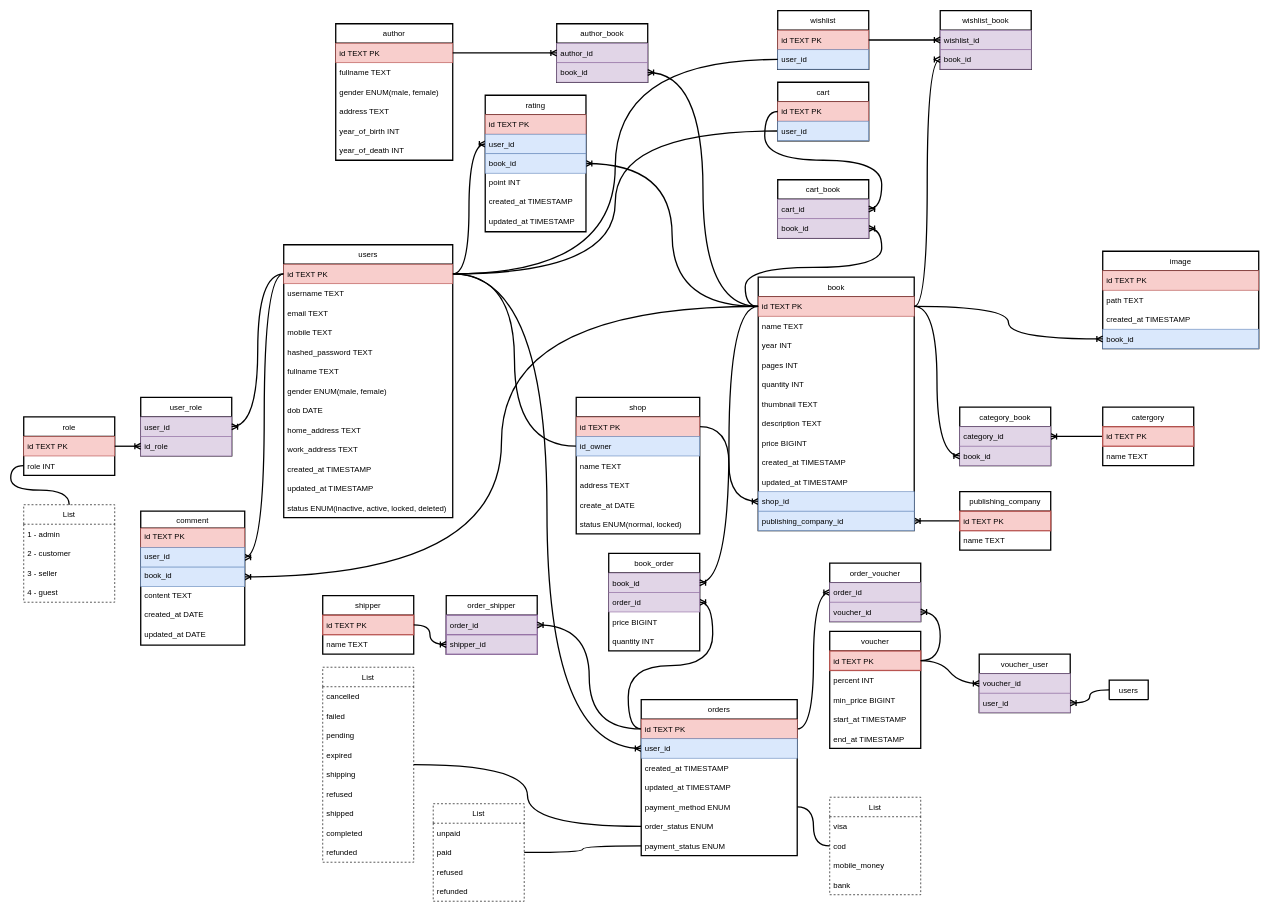
theduonghn/Techmaster-Java-Project keeps this draw.io diagram as database-design/database-design.drawio. Above is the earlier version. Source tidied: cells renumbered, new cells numbered last; positions are measured from the earlier drawing's top-left corner, leaving out a move shared by most shapes. Both pictures are drawn from the tidied source at 65%, with x=0, y=0 at pixel (23, 10).
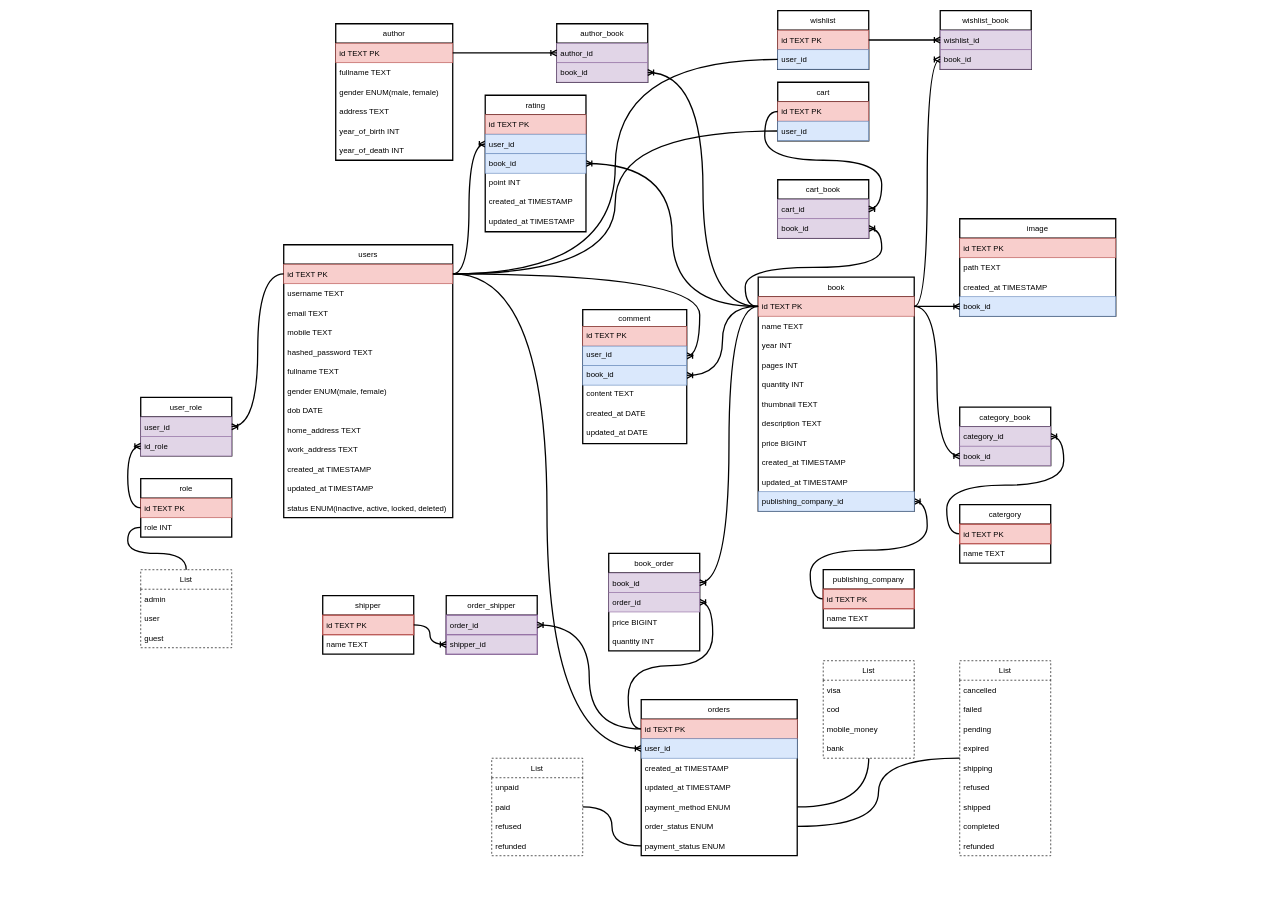
The same diagram, later.

Commit message (it also covers changes not shown here):
Remove tables shop, voucher

Unchanged cells that the change refers to:
```xml
<mxCell id="49" value="id TEXT PK" style="text;strokeColor=#b85450;fillColor=#f8cecc;align=left;verticalAlign=middle;spacingLeft=4;spacingRight=4;overflow=hidden;points=[[0,0.5],[1,0.5]];portConstraint=eastwest;labelBackgroundColor=none;rounded=0;" parent="48" vertex="1">
  <mxGeometry y="30" width="260" height="30" as="geometry" />
</mxCell>
<mxCell id="96" value="id TEXT PK" style="text;strokeColor=#b85450;fillColor=#f8cecc;align=left;verticalAlign=middle;spacingLeft=4;spacingRight=4;overflow=hidden;points=[[0,0.5],[1,0.5]];portConstraint=eastwest;rounded=0;" parent="95" vertex="1">
  <mxGeometry y="30" width="240" height="30" as="geometry" />
</mxCell>
```

The edit, as a diff of the source:
```diff
@@
-    <mxCell id="3" style="edgeStyle=orthogonalEdgeStyle;jumpStyle=gap;jettySize=auto;html=1;startArrow=none;startFill=0;endArrow=ERoneToMany;endFill=0;strokeWidth=2;entryX=0;entryY=0.5;entryDx=0;entryDy=0;rounded=0;curved=1;" parent="1" edge="1" source="96" target="91">
-      <mxGeometry relative="1" as="geometry" />
-    </mxCell>
@@
-    <mxCell id="11" style="edgeStyle=orthogonalEdgeStyle;jumpStyle=gap;jettySize=auto;html=1;startArrow=none;startFill=0;endArrow=none;endFill=0;strokeWidth=2;rounded=0;curved=1;" parent="1" edge="1" source="40" target="49">
-      <mxGeometry relative="1" as="geometry" />
-    </mxCell>
-    <mxCell id="12" style="edgeStyle=orthogonalEdgeStyle;jumpStyle=gap;jettySize=auto;html=1;startArrow=none;startFill=0;endArrow=ERoneToMany;endFill=0;strokeWidth=2;exitX=1;exitY=0.5;exitDx=0;exitDy=0;rounded=0;curved=1;" parent="1" edge="1" source="39" target="114">
-      <mxGeometry relative="1" as="geometry" />
-    </mxCell>
@@
     <mxCell id="16" value="List" style="swimlane;fontStyle=0;horizontal=1;startSize=30;dashed=1;strokeWidth=1;fillColor=none;rounded=0;" parent="1" vertex="1">
-      <mxGeometry y="760" width="140" height="150" as="geometry" />
+      <mxGeometry x="180" y="860" width="140" height="120" as="geometry" />
     </mxCell>
-    <mxCell id="17" value="1 - admin" style="text;strokeColor=none;fillColor=none;align=left;verticalAlign=middle;spacingLeft=4;spacingRight=4;overflow=hidden;dashed=1;rounded=0;" parent="16" vertex="1">
+    <mxCell id="17" value="admin" style="text;strokeColor=none;fillColor=none;align=left;verticalAlign=middle;spacingLeft=4;spacingRight=4;overflow=hidden;dashed=1;rounded=0;" parent="16" vertex="1">
       <mxGeometry y="30" width="140" height="30" as="geometry" />
     </mxCell>
-    <mxCell id="18" value="2 - customer" style="text;strokeColor=none;fillColor=none;align=left;verticalAlign=middle;spacingLeft=4;spacingRight=4;overflow=hidden;dashed=1;rounded=0;" parent="16" vertex="1">
+    <mxCell id="18" value="user" style="text;strokeColor=none;fillColor=none;align=left;verticalAlign=middle;spacingLeft=4;spacingRight=4;overflow=hidden;dashed=1;rounded=0;" parent="16" vertex="1">
       <mxGeometry y="60" width="140" height="30" as="geometry" />
     </mxCell>
-    <mxCell id="19" value="3 - seller" style="text;strokeColor=none;fillColor=none;align=left;verticalAlign=middle;spacingLeft=4;spacingRight=4;overflow=hidden;dashed=1;rounded=0;" parent="16" vertex="1">
-      <mxGeometry y="90" width="140" height="30" as="geometry" />
-    </mxCell>
-    <mxCell id="20" value="4 - guest" style="text;strokeColor=none;fillColor=none;align=left;verticalAlign=middle;spacingLeft=4;spacingRight=4;overflow=hidden;dashed=1;rounded=0;" parent="16" vertex="1">
-      <mxGeometry y="120" width="140" height="30" as="geometry" />
+    <mxCell id="20" value="guest" style="text;strokeColor=none;fillColor=none;align=left;verticalAlign=middle;spacingLeft=4;spacingRight=4;overflow=hidden;dashed=1;rounded=0;" parent="16" vertex="1">
+      <mxGeometry y="90" width="140" height="30" as="geometry" />
     </mxCell>
     <mxCell id="21" value="role" style="swimlane;fontStyle=0;horizontal=1;startSize=30;strokeWidth=2;rounded=0;" parent="1" vertex="1">
-      <mxGeometry y="625" width="140" height="90" as="geometry" />
+      <mxGeometry x="180" y="720" width="140" height="90" as="geometry" />
     </mxCell>
@@
     <mxCell id="24" value="comment" style="swimlane;fontStyle=0;horizontal=1;startSize=26;align=center;fontSize=12;strokeWidth=2;rounded=0;" parent="1" vertex="1">
-      <mxGeometry x="180" y="770" width="160" height="206" as="geometry" />
+      <mxGeometry x="860" y="460" width="160" height="206" as="geometry" />
     </mxCell>
@@
-    <mxCell id="38" value="shop" style="swimlane;fontStyle=0;horizontal=1;startSize=30;labelBackgroundColor=none;strokeColor=default;strokeWidth=2;fillColor=none;rounded=0;" parent="1" vertex="1">
-      <mxGeometry x="850" y="595" width="190" height="210" as="geometry" />
-    </mxCell>
-    <mxCell id="39" value="id TEXT PK" style="text;strokeColor=#b85450;fillColor=#f8cecc;align=left;verticalAlign=middle;spacingLeft=4;spacingRight=4;overflow=hidden;points=[[0,0.5],[1,0.5]];portConstraint=eastwest;labelBackgroundColor=none;rounded=0;" parent="38" vertex="1">
-      <mxGeometry y="30" width="190" height="30" as="geometry" />
-    </mxCell>
-    <mxCell id="40" value="id_owner" style="text;strokeColor=#6c8ebf;fillColor=#dae8fc;align=left;verticalAlign=middle;spacingLeft=4;spacingRight=4;overflow=hidden;points=[[0,0.5],[1,0.5]];portConstraint=eastwest;labelBackgroundColor=none;rounded=0;" parent="38" vertex="1">
-      <mxGeometry y="60" width="190" height="30" as="geometry" />
-    </mxCell>
-    <mxCell id="41" value="name TEXT" style="text;strokeColor=none;fillColor=none;align=left;verticalAlign=middle;spacingLeft=4;spacingRight=4;overflow=hidden;labelBackgroundColor=none;rounded=0;" parent="38" vertex="1">
-      <mxGeometry y="90" width="190" height="30" as="geometry" />
-    </mxCell>
-    <mxCell id="42" value="address TEXT" style="text;strokeColor=none;fillColor=none;align=left;verticalAlign=middle;spacingLeft=4;spacingRight=4;overflow=hidden;labelBackgroundColor=none;rounded=0;" parent="38" vertex="1">
-      <mxGeometry y="120" width="190" height="30" as="geometry" />
-    </mxCell>
-    <mxCell id="43" value="create_at DATE" style="text;strokeColor=none;fillColor=none;align=left;verticalAlign=middle;spacingLeft=4;spacingRight=4;overflow=hidden;labelBackgroundColor=none;rounded=0;" parent="38" vertex="1">
-      <mxGeometry y="150" width="190" height="30" as="geometry" />
-    </mxCell>
-    <mxCell id="44" value="status ENUM(normal, locked)" style="text;strokeColor=none;fillColor=none;align=left;verticalAlign=middle;spacingLeft=4;spacingRight=4;overflow=hidden;labelBackgroundColor=none;rounded=0;" parent="38" vertex="1">
-      <mxGeometry y="180" width="190" height="30" as="geometry" />
-    </mxCell>
@@
     <mxCell id="70" value="publishing_company" style="swimlane;fontStyle=0;horizontal=1;startSize=30;strokeColor=default;strokeWidth=2;rounded=0;" parent="1" vertex="1">
-      <mxGeometry x="1440" y="740" width="140" height="90" as="geometry" />
+      <mxGeometry x="1230" y="860" width="140" height="90" as="geometry" />
     </mxCell>
@@
     <mxCell id="73" value="catergory" style="swimlane;fontStyle=0;horizontal=1;startSize=30;strokeColor=default;strokeWidth=2;rounded=0;" parent="1" vertex="1">
-      <mxGeometry x="1660" y="610" width="140" height="90" as="geometry" />
+      <mxGeometry x="1440" y="760" width="140" height="90" as="geometry" />
     </mxCell>
@@
-    <mxCell id="84" value="voucher" style="swimlane;fontStyle=0;horizontal=1;startSize=30;strokeColor=default;strokeWidth=2;rounded=0;" parent="1" vertex="1">
-      <mxGeometry x="1240" y="955" width="140" height="180" as="geometry" />
-    </mxCell>
-    <mxCell id="85" value="id TEXT PK" style="text;strokeColor=#b85450;fillColor=#f8cecc;align=left;verticalAlign=middle;spacingLeft=4;spacingRight=4;overflow=hidden;points=[[0,0.5],[1,0.5]];portConstraint=eastwest;strokeWidth=2;rounded=0;" parent="84" vertex="1">
-      <mxGeometry y="30" width="140" height="30" as="geometry" />
-    </mxCell>
-    <mxCell id="86" value="percent INT" style="text;strokeColor=none;fillColor=none;align=left;verticalAlign=middle;spacingLeft=4;spacingRight=4;overflow=hidden;strokeWidth=2;rounded=0;" parent="84" vertex="1">
-      <mxGeometry y="60" width="140" height="30" as="geometry" />
-    </mxCell>
-    <mxCell id="87" value="min_price BIGINT" style="text;strokeColor=none;fillColor=none;align=left;verticalAlign=middle;spacingLeft=4;spacingRight=4;overflow=hidden;strokeWidth=2;rounded=0;" parent="84" vertex="1">
-      <mxGeometry y="90" width="140" height="30" as="geometry" />
-    </mxCell>
-    <mxCell id="88" value="start_at TIMESTAMP" style="text;strokeColor=none;fillColor=none;align=left;verticalAlign=middle;spacingLeft=4;spacingRight=4;overflow=hidden;strokeWidth=2;rounded=0;" parent="84" vertex="1">
-      <mxGeometry y="120" width="140" height="30" as="geometry" />
-    </mxCell>
-    <mxCell id="89" value="end_at TIMESTAMP" style="text;strokeColor=none;fillColor=none;align=left;verticalAlign=middle;spacingLeft=4;spacingRight=4;overflow=hidden;strokeWidth=2;rounded=0;" parent="84" vertex="1">
-      <mxGeometry y="150" width="140" height="30" as="geometry" />
-    </mxCell>
-    <mxCell id="90" value="order_voucher" style="swimlane;fontStyle=0;horizontal=1;startSize=30;strokeWidth=2;glass=0;shadow=0;rounded=0;" parent="1" vertex="1">
-      <mxGeometry x="1240" y="850" width="140" height="90" as="geometry" />
-    </mxCell>
-    <mxCell id="91" value="order_id" style="text;strokeColor=#9673a6;fillColor=#e1d5e7;align=left;verticalAlign=middle;spacingLeft=4;spacingRight=4;overflow=hidden;points=[[0,0.5],[1,0.5]];portConstraint=eastwest;rounded=0;" parent="90" vertex="1">
-      <mxGeometry y="30" width="140" height="30" as="geometry" />
-    </mxCell>
-    <mxCell id="92" value="voucher_id" style="text;strokeColor=#9673a6;fillColor=#e1d5e7;align=left;verticalAlign=middle;spacingLeft=4;spacingRight=4;overflow=hidden;points=[[0,0.5],[1,0.5]];portConstraint=eastwest;rounded=0;" parent="90" vertex="1">
-      <mxGeometry y="60" width="140" height="30" as="geometry" />
-    </mxCell>
-    <mxCell id="93" style="jumpStyle=gap;jettySize=auto;html=1;startArrow=none;startFill=0;endArrow=ERoneToMany;endFill=0;strokeWidth=2;entryX=1;entryY=0.5;entryDx=0;entryDy=0;edgeStyle=entityRelationEdgeStyle;elbow=vertical;rounded=0;curved=1;" parent="1" edge="1" source="85" target="92">
-      <mxGeometry relative="1" as="geometry" />
-    </mxCell>
@@
     <mxCell id="103" value="book" style="swimlane;fontStyle=0;horizontal=1;startSize=30;strokeWidth=2;rounded=0;" parent="1" vertex="1">
-      <mxGeometry x="1130" y="410" width="240" height="390" as="geometry" />
+      <mxGeometry x="1130" y="410" width="240" height="360" as="geometry" />
     </mxCell>
@@
-    <mxCell id="114" value="shop_id" style="text;strokeColor=#6c8ebf;fillColor=#dae8fc;align=left;verticalAlign=middle;spacingLeft=4;spacingRight=4;overflow=hidden;points=[[0,0.5],[1,0.5]];portConstraint=eastwest;rounded=0;" parent="103" vertex="1">
-      <mxGeometry y="330" width="240" height="30" as="geometry" />
-    </mxCell>
     <mxCell id="115" value="publishing_company_id" style="text;strokeColor=#6c8ebf;fillColor=#dae8fc;align=left;verticalAlign=middle;spacingLeft=4;spacingRight=4;overflow=hidden;points=[[0,0.5],[1,0.5]];portConstraint=eastwest;rounded=0;" parent="103" vertex="1">
-      <mxGeometry y="360" width="240" height="30" as="geometry" />
+      <mxGeometry y="330" width="240" height="30" as="geometry" />
     </mxCell>
@@
     <mxCell id="122" value="image" style="swimlane;fontStyle=0;horizontal=1;startSize=30;strokeWidth=2;rounded=0;" parent="1" vertex="1">
-      <mxGeometry x="1660" y="370" width="240" height="150" as="geometry" />
+      <mxGeometry x="1440" y="320" width="240" height="150" as="geometry" />
     </mxCell>
@@
     <mxCell id="149" value="List" style="swimlane;fontStyle=0;horizontal=1;startSize=30;dashed=1;strokeWidth=1;fillColor=none;rounded=0;" parent="1" vertex="1">
-      <mxGeometry x="460" y="1010" width="140" height="300" as="geometry" />
+      <mxGeometry x="1440" y="1000" width="140" height="300" as="geometry" />
     </mxCell>
@@
     <mxCell id="159" value="List" style="swimlane;fontStyle=0;horizontal=1;startSize=30;dashed=1;strokeWidth=1;fillColor=none;rounded=0;" parent="1" vertex="1">
-      <mxGeometry x="630" y="1220" width="140" height="150" as="geometry" />
+      <mxGeometry x="720" y="1150" width="140" height="150" as="geometry" />
     </mxCell>
@@
-    <mxCell id="166" value="voucher_user" style="swimlane;fontStyle=0;horizontal=1;startSize=30;strokeColor=default;strokeWidth=2;rounded=0;" parent="1" vertex="1">
-      <mxGeometry x="1470" y="990" width="140" height="90" as="geometry" />
-    </mxCell>
-    <mxCell id="167" value="voucher_id" style="text;strokeColor=#9673a6;fillColor=#e1d5e7;align=left;verticalAlign=middle;spacingLeft=4;spacingRight=4;overflow=hidden;points=[[0,0.5],[1,0.5]];portConstraint=eastwest;rounded=0;" parent="166" vertex="1">
-      <mxGeometry y="30" width="140" height="30" as="geometry" />
-    </mxCell>
-    <mxCell id="168" value="user_id" style="text;strokeColor=#9673a6;fillColor=#e1d5e7;align=left;verticalAlign=middle;spacingLeft=4;spacingRight=4;overflow=hidden;points=[[0,0.5],[1,0.5]];portConstraint=eastwest;rounded=0;" parent="166" vertex="1">
-      <mxGeometry y="60" width="140" height="30" as="geometry" />
-    </mxCell>
-    <mxCell id="169" style="jumpStyle=gap;jettySize=auto;html=1;startArrow=none;startFill=0;endArrow=ERoneToMany;endFill=0;strokeWidth=2;edgeStyle=entityRelationEdgeStyle;elbow=vertical;rounded=0;curved=1;" parent="1" edge="1" source="85" target="167">
-      <mxGeometry relative="1" as="geometry" />
-    </mxCell>
-    <mxCell id="170" value="users" style="swimlane;fontStyle=0;horizontal=1;startSize=30;labelBackgroundColor=none;strokeWidth=2;swimlaneFillColor=none;rounded=0;" parent="1" vertex="1" collapsed="1">
-      <mxGeometry x="1670" y="1030" width="60" height="30" as="geometry" />
-    </mxCell>
-    <mxCell id="171" style="jumpStyle=gap;jettySize=auto;html=1;startArrow=none;startFill=0;endArrow=ERoneToMany;endFill=0;strokeWidth=2;edgeStyle=entityRelationEdgeStyle;elbow=vertical;rounded=0;curved=1;" parent="1" edge="1" source="170" target="168">
-      <mxGeometry relative="1" as="geometry" />
-    </mxCell>
     <mxCell id="172" value="List" style="swimlane;fontStyle=0;horizontal=1;startSize=30;dashed=1;strokeWidth=1;fillColor=none;rounded=0;" parent="1" vertex="1">
-      <mxGeometry x="1240" y="1210" width="140" height="150" as="geometry" />
+      <mxGeometry x="1230" y="1000" width="140" height="150" as="geometry" />
     </mxCell>
```
